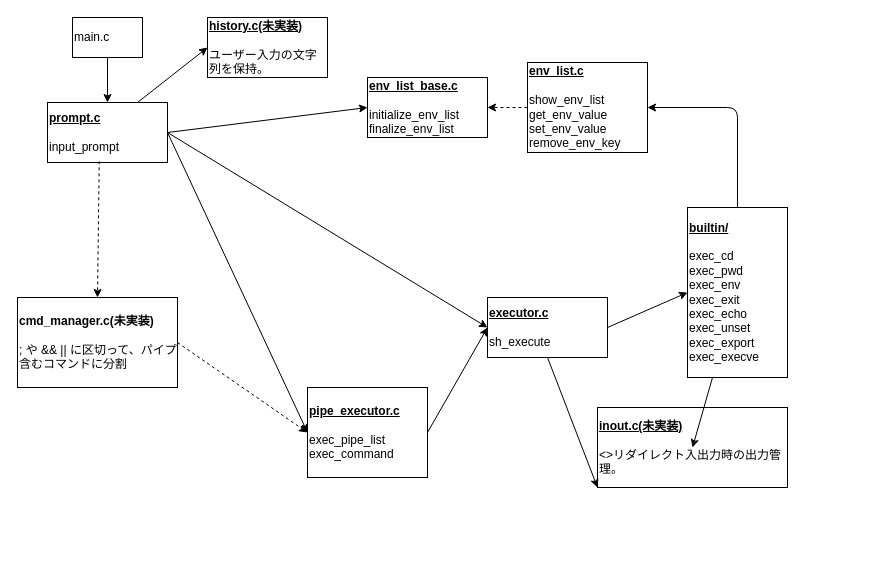
Above: page "クラス図" (3 of 3) of diagram.drawio in Toshiki-Nakamura/minishell (draw.io), before the change. Source tidied: cells renumbered, new cells numbered last; positions are measured from the earlier drawing's top-left corner, leaving out a move shared by most shapes. Both pictures are drawn from the tidied source at 100%, with x=0, y=0 at pixel (17, 17).
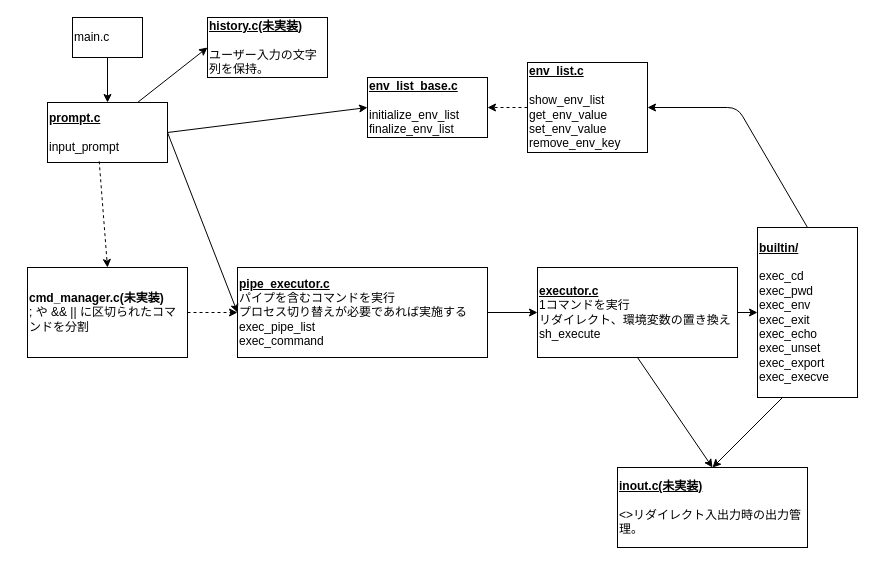
The same page after the edit.

Unchanged cells that the change refers to:
```xml
<mxCell id="2" value="&lt;b&gt;&lt;u&gt;prompt.c&lt;/u&gt;&lt;/b&gt;&lt;br&gt;&lt;br&gt;input_prompt" style="rounded=0;whiteSpace=wrap;html=1;align=left;" parent="1" vertex="1">
  <mxGeometry x="30" y="85" width="120" height="60" as="geometry" />
</mxCell>
```

Change to the diagram source:
```diff
@@
-    <mxCell id="7" value="&lt;b&gt;&lt;u&gt;pipe_executor.c&lt;/u&gt;&lt;/b&gt;&lt;br&gt;&lt;br&gt;exec_pipe_list&lt;br&gt;exec_command" style="rounded=0;whiteSpace=wrap;html=1;align=left;" parent="1" vertex="1">
-      <mxGeometry x="290" y="370" width="120" height="90" as="geometry" />
+    <mxCell id="7" value="&lt;b&gt;&lt;u&gt;pipe_executor.c&lt;/u&gt;&lt;/b&gt;&lt;br&gt;パイプを含むコマンドを実行&lt;br&gt;プロセス切り替えが必要であれば実施する&lt;br&gt;exec_pipe_list&lt;br&gt;exec_command" style="rounded=0;whiteSpace=wrap;html=1;align=left;" parent="1" vertex="1">
+      <mxGeometry x="220" y="250" width="250" height="90" as="geometry" />
     </mxCell>
@@
-    <mxCell id="9" value="&lt;b&gt;&lt;u&gt;executor.c&lt;/u&gt;&lt;/b&gt;&lt;br&gt;&lt;br&gt;sh_execute" style="rounded=0;whiteSpace=wrap;html=1;align=left;" parent="1" vertex="1">
-      <mxGeometry x="470" y="280" width="120" height="60" as="geometry" />
+    <mxCell id="9" value="&lt;b&gt;&lt;u&gt;executor.c&lt;br&gt;&lt;/u&gt;&lt;/b&gt;1コマンドを実行&lt;br&gt;リダイレクト、環境変数の置き換え&lt;br&gt;sh_execute" style="rounded=0;whiteSpace=wrap;html=1;align=left;" parent="1" vertex="1">
+      <mxGeometry x="520" y="250" width="200" height="90" as="geometry" />
     </mxCell>
-    <mxCell id="10" style="endArrow=classic;html=1;entryX=0;entryY=0.5;entryDx=0;entryDy=0;exitX=1;exitY=0.5;exitDx=0;exitDy=0;" parent="1" edge="1" source="2" target="9">
-      <mxGeometry relative="1" as="geometry" />
-    </mxCell>
@@
     <mxCell id="12" value="&lt;b&gt;&lt;u&gt;builtin/&lt;/u&gt;&lt;/b&gt;&lt;br&gt;&lt;br&gt;exec_cd&lt;br&gt;exec_pwd&lt;br&gt;exec_env&lt;br&gt;exec_exit&lt;br&gt;exec_echo&lt;br&gt;exec_unset&lt;br&gt;exec_export&lt;br&gt;exec_execve" style="rounded=0;whiteSpace=wrap;html=1;align=left;" parent="1" vertex="1">
-      <mxGeometry x="670" y="190" width="100" height="170" as="geometry" />
+      <mxGeometry x="740" y="210" width="100" height="170" as="geometry" />
     </mxCell>
@@
     <mxCell id="14" value="&lt;b&gt;&lt;u&gt;inout.c(未実装)&lt;/u&gt;&lt;/b&gt;&lt;br&gt;&lt;br&gt;&amp;lt;&amp;gt;リダイレクト入出力時の出力管理。" style="rounded=0;whiteSpace=wrap;html=1;align=left;" parent="1" vertex="1">
-      <mxGeometry x="580" y="390" width="190" height="80" as="geometry" />
+      <mxGeometry x="600" y="450" width="190" height="80" as="geometry" />
     </mxCell>
-    <mxCell id="15" style="endArrow=classic;html=1;exitX=0.5;exitY=1;exitDx=0;exitDy=0;entryX=0;entryY=0.5;entryDx=0;entryDy=0;" parent="1" edge="1" source="9">
-      <mxGeometry relative="1" as="geometry">
-        <mxPoint x="580" y="470" as="targetPoint" />
-      </mxGeometry>
+    <mxCell id="15" style="endArrow=classic;html=1;exitX=0.5;exitY=1;exitDx=0;exitDy=0;entryX=0.5;entryY=0;entryDx=0;entryDy=0;" parent="1" edge="1" source="9" target="14">
+      <mxGeometry relative="1" as="geometry" />
     </mxCell>
-    <mxCell id="16" style="endArrow=classic;html=1;entryX=0.5;entryY=0;entryDx=0;entryDy=0;exitX=0.25;exitY=1;exitDx=0;exitDy=0;" parent="1" edge="1" source="12">
-      <mxGeometry relative="1" as="geometry">
-        <mxPoint x="675" y="430" as="targetPoint" />
-      </mxGeometry>
+    <mxCell id="16" style="endArrow=classic;html=1;entryX=0.5;entryY=0;entryDx=0;entryDy=0;exitX=0.25;exitY=1;exitDx=0;exitDy=0;" parent="1" edge="1" source="12" target="14">
+      <mxGeometry relative="1" as="geometry" />
     </mxCell>
@@
-    <mxCell id="20" value="&lt;b&gt;cmd_manager.c(未実装)&lt;/b&gt;&lt;br&gt;&lt;br&gt;; や &amp;amp;&amp;amp; || に区切って、パイプ含むコマンドに分割" style="rounded=0;whiteSpace=wrap;html=1;align=left;" parent="1" vertex="1">
-      <mxGeometry y="280" width="160" height="90" as="geometry" />
+    <mxCell id="20" value="&lt;b&gt;cmd_manager.c(未実装)&lt;/b&gt;&lt;br&gt;; や &amp;amp;&amp;amp; || に区切られたコマンドを分割" style="rounded=0;whiteSpace=wrap;html=1;align=left;" parent="1" vertex="1">
+      <mxGeometry x="10" y="250" width="160" height="90" as="geometry" />
     </mxCell>
```
